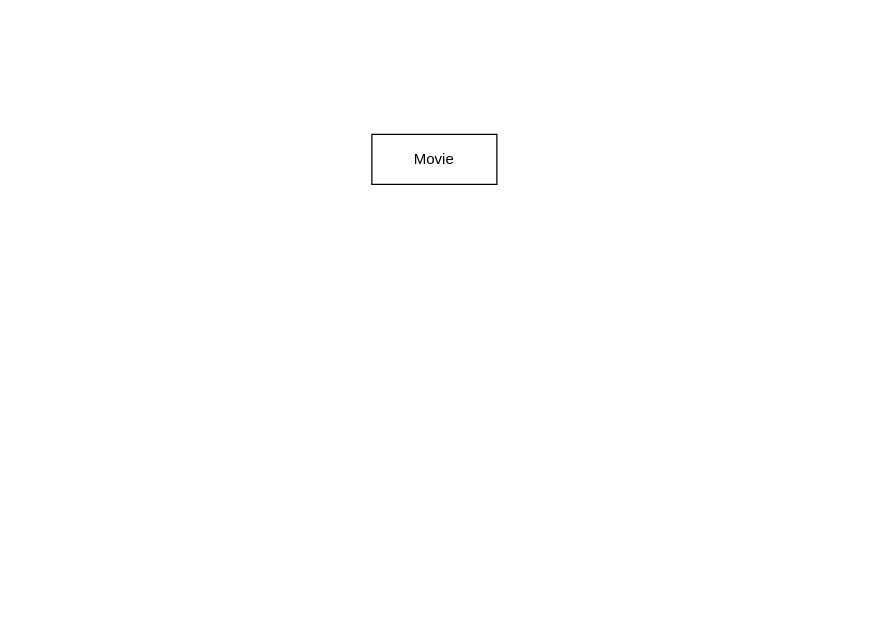
Above: Untitled Diagram.drawio in succeed12/Week12 (draw.io), before the change. Source tidied: cells renumbered, new cells numbered last; positions are measured from the earlier drawing's top-left corner, leaving out a move shared by most shapes. Both pictures are drawn from the tidied source at 125%, with x=0, y=0 at pixel (371, 134).
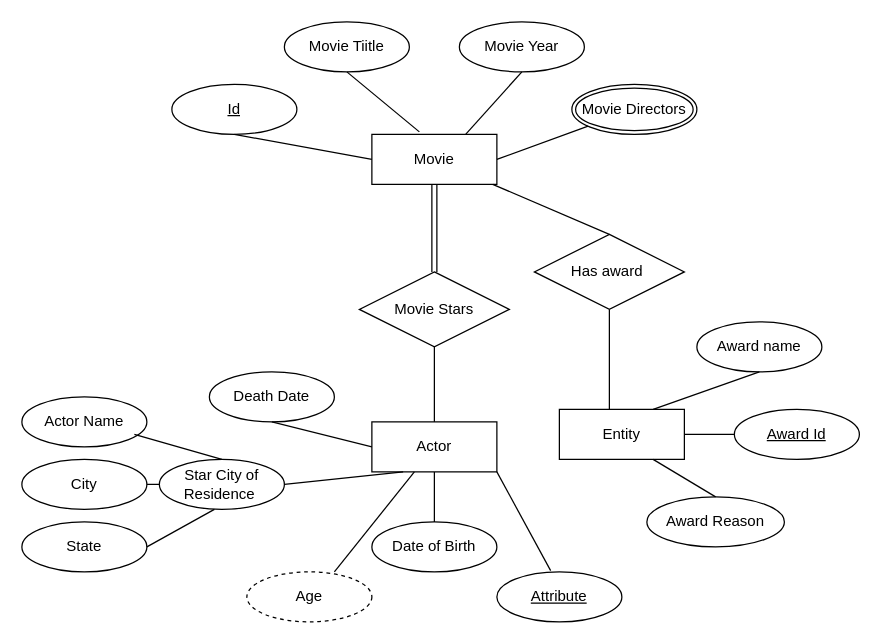
The same diagram, later.

Unchanged cells that the change refers to:
```xml
<mxCell id="2" value="Movie" style="whiteSpace=wrap;html=1;align=center;" parent="1" vertex="1">
  <mxGeometry width="100" height="40" as="geometry" />
</mxCell>
```

The edit, as a diff of the source:
```diff
@@
+    <mxCell id="3" value="Movie Tiitle" style="ellipse;whiteSpace=wrap;html=1;align=center;" parent="1" vertex="1">
+      <mxGeometry x="-70" y="-90" width="100" height="40" as="geometry" />
+    </mxCell>
+    <mxCell id="4" value="Movie Year" style="ellipse;whiteSpace=wrap;html=1;align=center;" parent="1" vertex="1">
+      <mxGeometry x="70" y="-90" width="100" height="40" as="geometry" />
+    </mxCell>
+    <mxCell id="5" style="endArrow=none;html=1;rounded=0;exitX=0.5;exitY=1;exitDx=0;exitDy=0;entryX=0.38;entryY=-0.05;entryDx=0;entryDy=0;entryPerimeter=0;" parent="1" edge="1" source="3" target="2">
+      <mxGeometry relative="1" as="geometry" />
+    </mxCell>
+    <mxCell id="6" style="endArrow=none;html=1;rounded=0;entryX=0.75;entryY=0;entryDx=0;entryDy=0;exitX=0.5;exitY=1;exitDx=0;exitDy=0;" parent="1" edge="1" source="4" target="2">
+      <mxGeometry relative="1" as="geometry" />
+    </mxCell>
+    <mxCell id="7" value="Movie Directors" style="ellipse;shape=doubleEllipse;margin=3;whiteSpace=wrap;html=1;align=center;" parent="1" vertex="1">
+      <mxGeometry x="160" y="-40" width="100" height="40" as="geometry" />
+    </mxCell>
+    <mxCell id="8" style="endArrow=none;html=1;rounded=0;exitX=1;exitY=0.5;exitDx=0;exitDy=0;" parent="1" edge="1" source="2" target="7">
+      <mxGeometry relative="1" as="geometry" />
+    </mxCell>
+    <mxCell id="9" value="Id" style="ellipse;whiteSpace=wrap;html=1;align=center;fontStyle=4;" parent="1" vertex="1">
+      <mxGeometry x="-160" y="-40" width="100" height="40" as="geometry" />
+    </mxCell>
+    <mxCell id="10" style="endArrow=none;html=1;rounded=0;exitX=0.5;exitY=1;exitDx=0;exitDy=0;entryX=0;entryY=0.5;entryDx=0;entryDy=0;" parent="1" edge="1" source="9" target="2">
+      <mxGeometry relative="1" as="geometry" />
+    </mxCell>
+    <mxCell id="11" style="shape=link;html=1;rounded=0;exitX=0.5;exitY=1;exitDx=0;exitDy=0;" parent="1" edge="1" source="2">
+      <mxGeometry relative="1" as="geometry">
+        <mxPoint x="50" y="110" as="targetPoint" />
+      </mxGeometry>
+    </mxCell>
+    <mxCell id="12" value="Movie Stars" style="shape=rhombus;perimeter=rhombusPerimeter;whiteSpace=wrap;html=1;align=center;" parent="1" vertex="1">
+      <mxGeometry x="-10" y="110" width="120" height="60" as="geometry" />
+    </mxCell>
+    <mxCell id="13" style="endArrow=none;html=1;rounded=0;exitX=0.5;exitY=1;exitDx=0;exitDy=0;" parent="1" edge="1" source="12">
+      <mxGeometry relative="1" as="geometry">
+        <mxPoint x="50" y="230" as="targetPoint" />
+      </mxGeometry>
+    </mxCell>
+    <mxCell id="14" value="Actor" style="whiteSpace=wrap;html=1;align=center;" parent="1" vertex="1">
+      <mxGeometry y="230" width="100" height="40" as="geometry" />
+    </mxCell>
+    <mxCell id="15" style="endArrow=none;html=1;rounded=0;exitX=0.5;exitY=1;exitDx=0;exitDy=0;" parent="1" edge="1" source="14">
+      <mxGeometry relative="1" as="geometry">
+        <mxPoint x="50" y="310" as="targetPoint" />
+      </mxGeometry>
+    </mxCell>
+    <mxCell id="16" value="Date of Birth" style="ellipse;whiteSpace=wrap;html=1;align=center;" parent="1" vertex="1">
+      <mxGeometry y="310" width="100" height="40" as="geometry" />
+    </mxCell>
+    <mxCell id="17" value="Star City of Residence&amp;nbsp;" style="ellipse;whiteSpace=wrap;html=1;align=center;" parent="1" vertex="1">
+      <mxGeometry x="-170" y="260" width="100" height="40" as="geometry" />
+    </mxCell>
+    <mxCell id="18" value="Death Date" style="ellipse;whiteSpace=wrap;html=1;align=center;" parent="1" vertex="1">
+      <mxGeometry x="-130" y="190" width="100" height="40" as="geometry" />
+    </mxCell>
+    <mxCell id="19" style="endArrow=none;html=1;rounded=0;exitX=1;exitY=0.5;exitDx=0;exitDy=0;entryX=0.25;entryY=1;entryDx=0;entryDy=0;" parent="1" edge="1" source="17" target="14">
+      <mxGeometry relative="1" as="geometry" />
+    </mxCell>
+    <mxCell id="20" style="endArrow=none;html=1;rounded=0;exitX=1;exitY=0.5;exitDx=0;exitDy=0;entryX=0.34;entryY=1;entryDx=0;entryDy=0;entryPerimeter=0;" parent="1" edge="1" target="14">
+      <mxGeometry relative="1" as="geometry">
+        <mxPoint x="-30" y="350" as="sourcePoint" />
+      </mxGeometry>
+    </mxCell>
+    <mxCell id="21" style="endArrow=none;html=1;rounded=0;exitX=0.5;exitY=1;exitDx=0;exitDy=0;entryX=0;entryY=0.5;entryDx=0;entryDy=0;" parent="1" edge="1" source="18" target="14">
+      <mxGeometry relative="1" as="geometry" />
+    </mxCell>
+    <mxCell id="22" value="Age" style="ellipse;whiteSpace=wrap;html=1;align=center;dashed=1;" parent="1" vertex="1">
+      <mxGeometry x="-100" y="350" width="100" height="40" as="geometry" />
+    </mxCell>
+    <mxCell id="23" value="Attribute" style="ellipse;whiteSpace=wrap;html=1;align=center;fontStyle=4;" parent="1" vertex="1">
+      <mxGeometry x="100" y="350" width="100" height="40" as="geometry" />
+    </mxCell>
+    <mxCell id="24" style="endArrow=none;html=1;rounded=0;exitX=1;exitY=1;exitDx=0;exitDy=0;entryX=0.43;entryY=-0.025;entryDx=0;entryDy=0;entryPerimeter=0;" parent="1" edge="1" source="14" target="23">
+      <mxGeometry relative="1" as="geometry" />
+    </mxCell>
+    <mxCell id="25" value="City" style="ellipse;whiteSpace=wrap;html=1;align=center;" parent="1" vertex="1">
+      <mxGeometry x="-280" y="260" width="100" height="40" as="geometry" />
+    </mxCell>
+    <mxCell id="26" value="State" style="ellipse;whiteSpace=wrap;html=1;align=center;" parent="1" vertex="1">
+      <mxGeometry x="-280" y="310" width="100" height="40" as="geometry" />
+    </mxCell>
+    <mxCell id="27" value="Actor Name" style="ellipse;whiteSpace=wrap;html=1;align=center;" parent="1" vertex="1">
+      <mxGeometry x="-280" y="210" width="100" height="40" as="geometry" />
+    </mxCell>
+    <mxCell id="28" style="endArrow=none;html=1;rounded=0;exitX=0.9;exitY=0.75;exitDx=0;exitDy=0;exitPerimeter=0;entryX=0.5;entryY=0;entryDx=0;entryDy=0;" parent="1" edge="1" source="27" target="17">
+      <mxGeometry relative="1" as="geometry" />
+    </mxCell>
+    <mxCell id="29" style="endArrow=none;html=1;rounded=0;exitX=1;exitY=0.5;exitDx=0;exitDy=0;entryX=0;entryY=0.5;entryDx=0;entryDy=0;" parent="1" edge="1" source="25" target="17">
+      <mxGeometry relative="1" as="geometry" />
+    </mxCell>
+    <mxCell id="30" style="endArrow=none;html=1;rounded=0;exitX=1;exitY=0.5;exitDx=0;exitDy=0;entryX=0.44;entryY=1;entryDx=0;entryDy=0;entryPerimeter=0;" parent="1" edge="1" source="26" target="17">
+      <mxGeometry relative="1" as="geometry" />
+    </mxCell>
+    <mxCell id="31" style="endArrow=none;html=1;rounded=0;" parent="1" edge="1" source="2">
+      <mxGeometry relative="1" as="geometry">
+        <mxPoint x="190" y="80" as="targetPoint" />
+      </mxGeometry>
+    </mxCell>
+    <mxCell id="32" value="Has award&amp;nbsp;" style="shape=rhombus;perimeter=rhombusPerimeter;whiteSpace=wrap;html=1;align=center;" parent="1" vertex="1">
+      <mxGeometry x="130" y="80" width="120" height="60" as="geometry" />
+    </mxCell>
+    <mxCell id="33" style="endArrow=none;html=1;rounded=0;exitX=0.5;exitY=1;exitDx=0;exitDy=0;" parent="1" edge="1" source="32">
+      <mxGeometry relative="1" as="geometry">
+        <mxPoint x="190" y="220" as="targetPoint" />
+      </mxGeometry>
+    </mxCell>
+    <mxCell id="34" value="Entity" style="whiteSpace=wrap;html=1;align=center;" parent="1" vertex="1">
+      <mxGeometry x="150" y="220" width="100" height="40" as="geometry" />
+    </mxCell>
+    <mxCell id="35" value="Award Reason" style="ellipse;whiteSpace=wrap;html=1;align=center;" parent="1" vertex="1">
+      <mxGeometry x="220" y="290" width="110" height="40" as="geometry" />
+    </mxCell>
+    <mxCell id="36" value="Award name" style="ellipse;whiteSpace=wrap;html=1;align=center;" parent="1" vertex="1">
+      <mxGeometry x="260" y="150" width="100" height="40" as="geometry" />
+    </mxCell>
+    <mxCell id="37" style="endArrow=none;html=1;rounded=0;exitX=0.75;exitY=1;exitDx=0;exitDy=0;entryX=0.5;entryY=0;entryDx=0;entryDy=0;" parent="1" edge="1" source="34" target="35">
+      <mxGeometry relative="1" as="geometry" />
+    </mxCell>
+    <mxCell id="38" style="endArrow=none;html=1;rounded=0;exitX=1;exitY=0.5;exitDx=0;exitDy=0;entryX=0;entryY=0.5;entryDx=0;entryDy=0;" parent="1" edge="1" source="34" target="40">
+      <mxGeometry relative="1" as="geometry" />
+    </mxCell>
+    <mxCell id="39" style="endArrow=none;html=1;rounded=0;exitX=0.75;exitY=0;exitDx=0;exitDy=0;entryX=0.5;entryY=1;entryDx=0;entryDy=0;" parent="1" edge="1" source="34" target="36">
+      <mxGeometry relative="1" as="geometry" />
+    </mxCell>
+    <mxCell id="40" value="Award Id" style="ellipse;whiteSpace=wrap;html=1;align=center;fontStyle=4;" parent="1" vertex="1">
+      <mxGeometry x="290" y="220" width="100" height="40" as="geometry" />
+    </mxCell>
```
